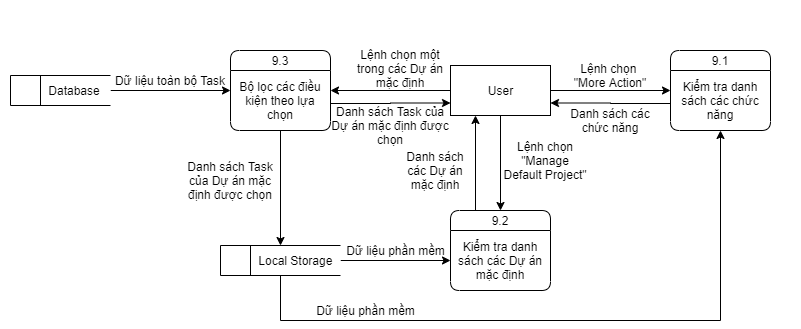
Above: ToDoApp-Doc/Document/Diagram/DFD/DefaultProjectManagement/DFD_TODO_DefaultProjectManagement.png in Merevoli-DatLuu/To-Do-App (draw.io), before the change. Source tidied: cells renumbered, new cells last; positions are measured from the earlier drawing's top-left corner, leaving out a move shared by most shapes.
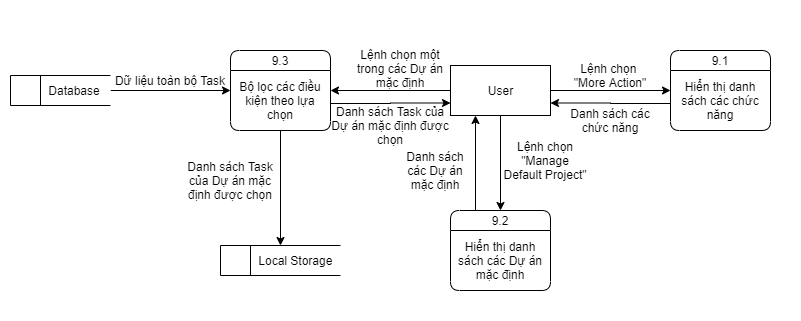
Above is the later version.

Commit message:
[Modified]: DefaultProjectManagement DFD

Diff of the diagram source:
```diff
@@ -25,7 +25,7 @@
     <mxCell id="8" value="9.1" style="swimlane;fontStyle=0;horizontal=1;startSize=20;fillColor=#ffffff;swimlaneFillColor=#ffffff;rounded=1;" parent="1" vertex="1">
       <mxGeometry x="670" y="50" width="100" height="80" as="geometry" />
     </mxCell>
-    <mxCell id="9" value="Kiểm tra danh sách các chức năng" style="text;html=1;strokeColor=none;fillColor=none;align=center;verticalAlign=middle;whiteSpace=wrap;rounded=0;" parent="8" vertex="1">
+    <mxCell id="9" value="Hiển thị danh sách các chức năng" style="text;html=1;strokeColor=none;fillColor=none;align=center;verticalAlign=middle;whiteSpace=wrap;rounded=0;" parent="8" vertex="1">
       <mxGeometry y="20" width="100" height="60" as="geometry" />
     </mxCell>
     <mxCell id="10" value="Lệnh chọn &lt;br&gt;&quot;More Action&quot;" style="text;html=1;strokeColor=none;fillColor=none;align=center;verticalAlign=middle;whiteSpace=wrap;rounded=0;" parent="1" vertex="1">
@@ -37,7 +37,7 @@
     <mxCell id="12" value="9.2" style="swimlane;fontStyle=0;horizontal=1;startSize=20;fillColor=#ffffff;swimlaneFillColor=#ffffff;rounded=1;" parent="1" vertex="1">
       <mxGeometry x="450" y="210" width="100" height="80" as="geometry" />
     </mxCell>
-    <mxCell id="13" value="Kiểm tra danh sách các Dự án mặc định" style="text;html=1;strokeColor=none;fillColor=none;align=center;verticalAlign=middle;whiteSpace=wrap;rounded=0;" parent="12" vertex="1">
+    <mxCell id="13" value="Hiển thị danh sách các Dự án mặc định" style="text;html=1;strokeColor=none;fillColor=none;align=center;verticalAlign=middle;whiteSpace=wrap;rounded=0;" parent="12" vertex="1">
       <mxGeometry y="20" width="100" height="60" as="geometry" />
     </mxCell>
     <mxCell id="14" value="Lệnh chọn &quot;Manage Default Project&quot;" style="text;html=1;strokeColor=none;fillColor=none;align=center;verticalAlign=middle;whiteSpace=wrap;rounded=0;" parent="1" vertex="1">
@@ -77,17 +77,6 @@
     <mxCell id="24" value="Danh sách Task của Dự án mặc định được chọn" style="text;html=1;strokeColor=none;fillColor=none;align=center;verticalAlign=middle;whiteSpace=wrap;rounded=0;" parent="1" vertex="1">
       <mxGeometry x="330" y="115" width="120" height="20" as="geometry" />
     </mxCell>
-    <mxCell id="25" style="edgeStyle=orthogonalEdgeStyle;rounded=0;jettySize=auto;html=1;entryX=0;entryY=0.5;entryDx=0;entryDy=0;" parent="1" edge="1" source="27" target="13">
-      <mxGeometry relative="1" as="geometry" />
-    </mxCell>
-    <mxCell id="26" style="edgeStyle=orthogonalEdgeStyle;rounded=0;jettySize=auto;html=1;entryX=0.5;entryY=1;entryDx=0;entryDy=0;" parent="1" edge="1" source="27" target="9">
-      <mxGeometry relative="1" as="geometry">
-        <Array as="points">
-          <mxPoint x="280" y="320" />
-          <mxPoint x="720" y="320" />
-        </Array>
-      </mxGeometry>
-    </mxCell>
     <mxCell id="27" value="&amp;nbsp; &amp;nbsp; &amp;nbsp; &amp;nbsp; &amp;nbsp; Local Storage" style="html=1;dashed=0;whitespace=wrap;shape=mxgraph.dfd.dataStoreID;align=left;spacingLeft=3;points=[[0,0],[0.5,0],[1,0],[0,0.5],[1,0.5],[0,1],[0.5,1],[1,1]];rounded=1;" parent="1" vertex="1">
       <mxGeometry x="220" y="245" width="120" height="30" as="geometry" />
     </mxCell>
@@ -97,11 +86,5 @@
     <mxCell id="29" value="Danh sách Task&lt;br&gt;của Dự án mặc&lt;br&gt;định được chọn" style="text;html=1;strokeColor=none;fillColor=none;align=center;verticalAlign=middle;whiteSpace=wrap;rounded=0;" parent="1" vertex="1">
       <mxGeometry x="170" y="170" width="120" height="20" as="geometry" />
     </mxCell>
-    <mxCell id="30" value="Dữ liệu phần mềm" style="text;html=1;align=center;verticalAlign=middle;" parent="1" vertex="1">
-      <mxGeometry x="340" y="240" width="110" height="20" as="geometry" />
-    </mxCell>
-    <mxCell id="31" value="Dữ liệu phần mềm" style="text;html=1;align=center;verticalAlign=middle;" parent="1" vertex="1">
-      <mxGeometry x="310" y="300" width="110" height="20" as="geometry" />
-    </mxCell>
   </root>
 </mxGraphModel>
```
